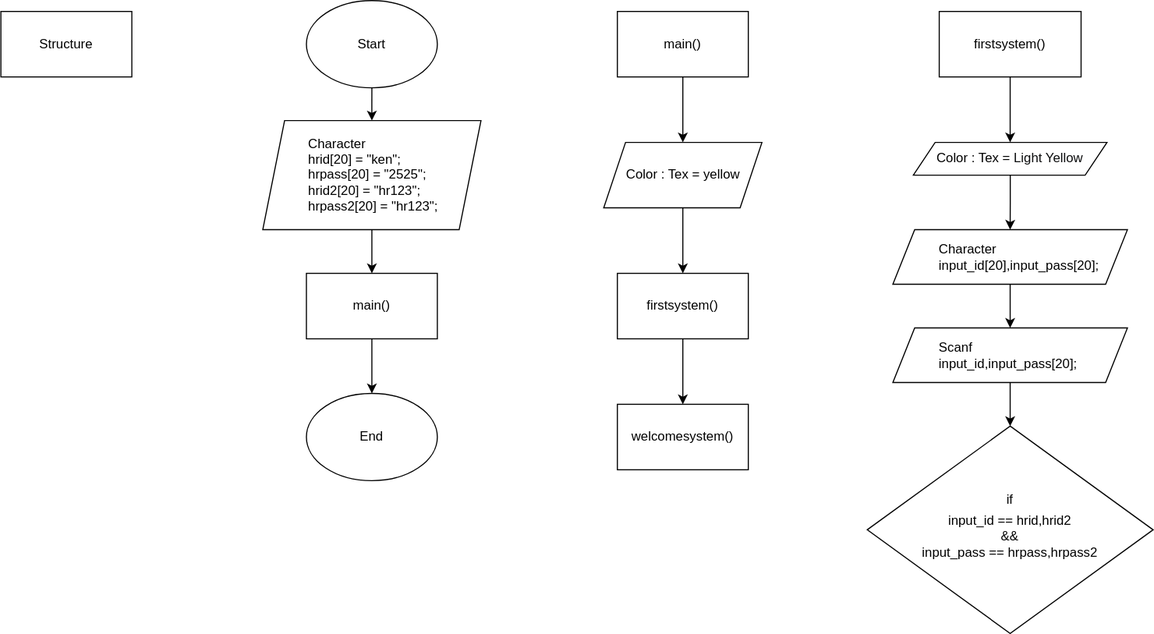
Above: Project_C.drawio.svg in Nuttph/Project_C_Flowchart (draw.io), before the change. Source tidied: cells renumbered, new cells last; positions are measured from the earlier drawing's top-left corner, leaving out a move shared by most shapes.
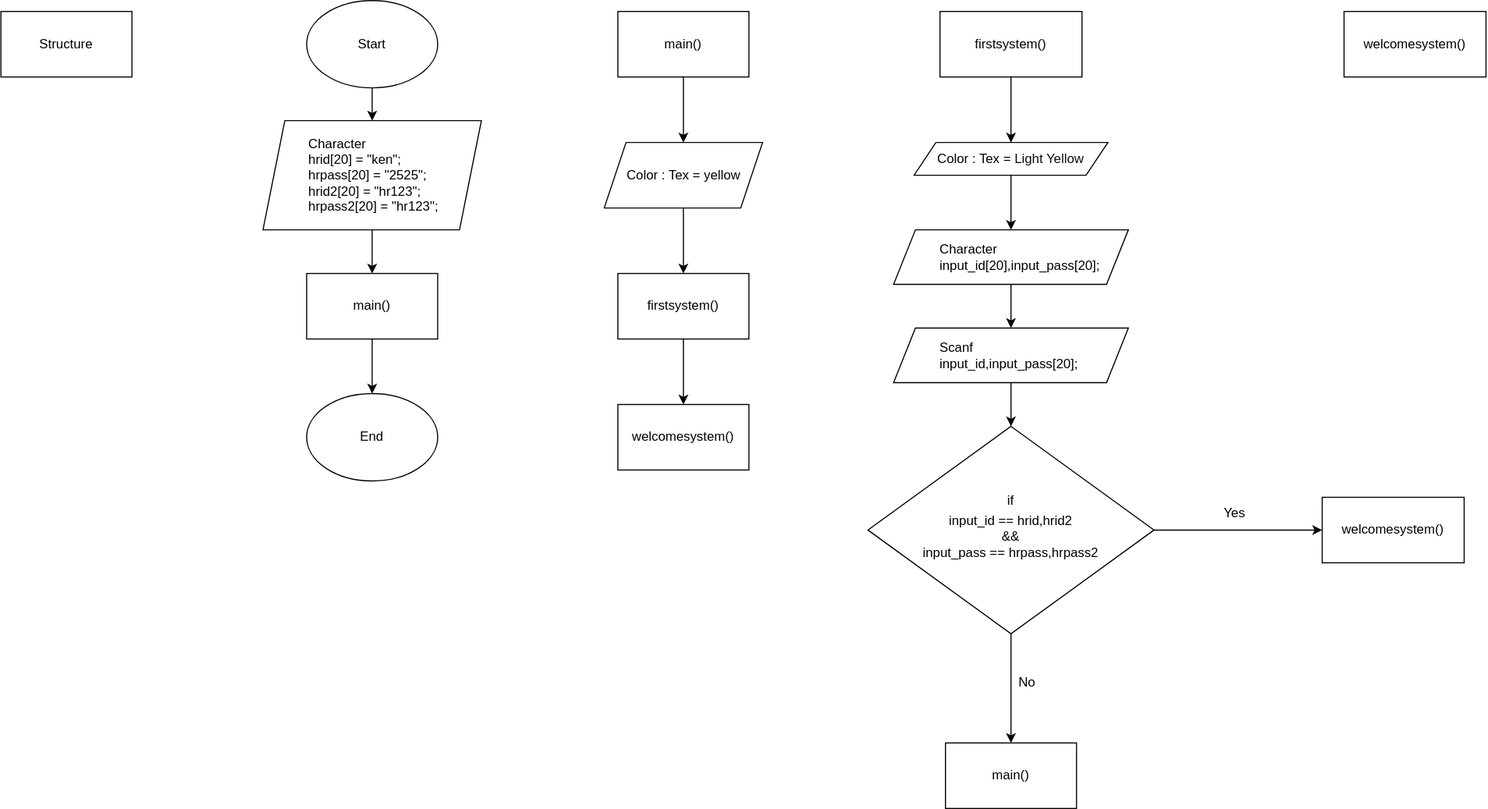
Above is the later version.

Diff of the diagram source:
```diff
@@ -75,8 +75,29 @@
     <mxCell id="24" value="&lt;blockquote style=&quot;margin: 0px 0px 0px 40px; border: none; padding: 0px;&quot;&gt;Scanf&lt;/blockquote&gt;&lt;blockquote style=&quot;margin: 0px 0px 0px 40px; border: none; padding: 0px;&quot;&gt;&lt;span style=&quot;background-color: initial;&quot;&gt;input_id,input_pass[20];&lt;/span&gt;&lt;/blockquote&gt;" style="shape=parallelogram;perimeter=parallelogramPerimeter;whiteSpace=wrap;html=1;fixedSize=1;align=left;" parent="1" vertex="1">
       <mxGeometry x="817.5" y="300" width="215" height="50" as="geometry" />
     </mxCell>
+    <mxCell id="26" style="edgeStyle=orthogonalEdgeStyle;rounded=0;jettySize=auto;html=1;entryX=0.5;entryY=0;entryDx=0;entryDy=0;" parent="1" edge="1" source="25" target="31">
+      <mxGeometry relative="1" as="geometry" />
+    </mxCell>
+    <mxCell id="27" style="edgeStyle=orthogonalEdgeStyle;rounded=0;jettySize=auto;html=1;entryX=0;entryY=0.5;entryDx=0;entryDy=0;" parent="1" edge="1" source="25" target="30">
+      <mxGeometry relative="1" as="geometry" />
+    </mxCell>
     <mxCell id="25" value="&lt;p style=&quot;line-height: 0%;&quot;&gt;if&lt;/p&gt;&lt;div&gt;input_id&lt;span style=&quot;background-color: initial;&quot;&gt;&amp;nbsp;== hrid,&lt;/span&gt;&lt;span style=&quot;background-color: initial;&quot;&gt;hrid2&lt;/span&gt;&lt;/div&gt;&lt;div&gt;&lt;span style=&quot;background-color: initial;&quot;&gt;&amp;amp;&amp;amp;&lt;/span&gt;&lt;/div&gt;&lt;div&gt;&lt;span style=&quot;background-color: initial;&quot;&gt;input_pass == hrpass,&lt;/span&gt;&lt;span style=&quot;background-color: initial;&quot;&gt;hrpass2&lt;/span&gt;&lt;/div&gt;&lt;p&gt;&lt;/p&gt;" style="rhombus;whiteSpace=wrap;html=1;" parent="1" vertex="1">
       <mxGeometry x="794" y="390" width="262" height="190" as="geometry" />
     </mxCell>
+    <mxCell id="28" value="Yes" style="text;html=1;align=center;verticalAlign=middle;whiteSpace=wrap;rounded=0;" parent="1" vertex="1">
+      <mxGeometry x="1100" y="455" width="60" height="30" as="geometry" />
+    </mxCell>
+    <mxCell id="29" value="No" style="text;html=1;align=center;verticalAlign=middle;whiteSpace=wrap;rounded=0;" parent="1" vertex="1">
+      <mxGeometry x="910" y="610" width="60" height="30" as="geometry" />
+    </mxCell>
+    <mxCell id="30" value="welcomesystem()" style="rounded=0;whiteSpace=wrap;html=1;" parent="1" vertex="1">
+      <mxGeometry x="1210" y="455" width="130" height="60" as="geometry" />
+    </mxCell>
+    <mxCell id="31" value="main()" style="rounded=0;whiteSpace=wrap;html=1;" parent="1" vertex="1">
+      <mxGeometry x="865" y="680" width="120" height="60" as="geometry" />
+    </mxCell>
+    <mxCell id="32" value="welcomesystem()" style="rounded=0;whiteSpace=wrap;html=1;" parent="1" vertex="1">
+      <mxGeometry x="1230" y="10" width="130" height="60" as="geometry" />
+    </mxCell>
   </root>
 </mxGraphModel>
```
